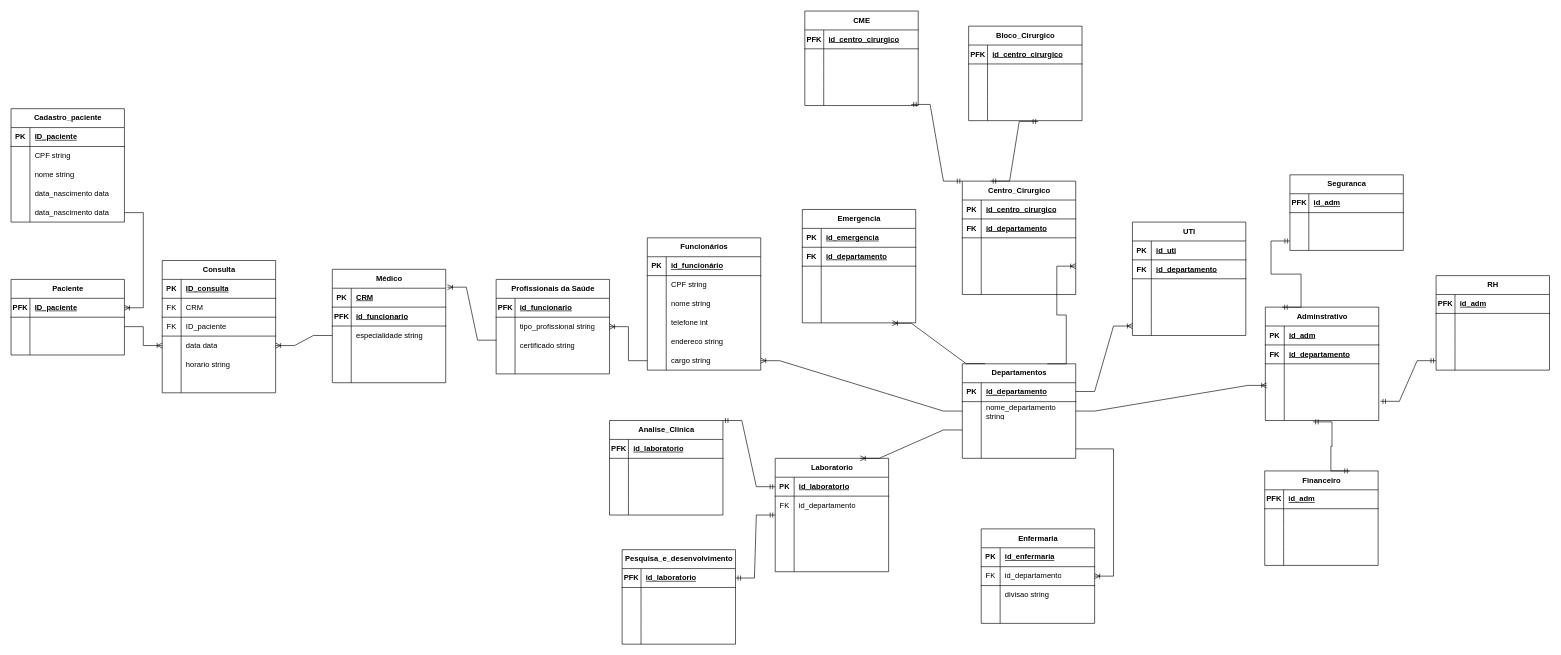
The draw.io diagram Modelo Relacional/Modelo Lógico.drawio in rafasilva9537/projeto_Hospital_BD, before the edit. Source tidied: cells renumbered, new cells numbered last; positions are measured from the earlier drawing's top-left corner, leaving out a move shared by most shapes. Both pictures are drawn from the tidied source at 63%, with x=0, y=0 at pixel (11, 9).
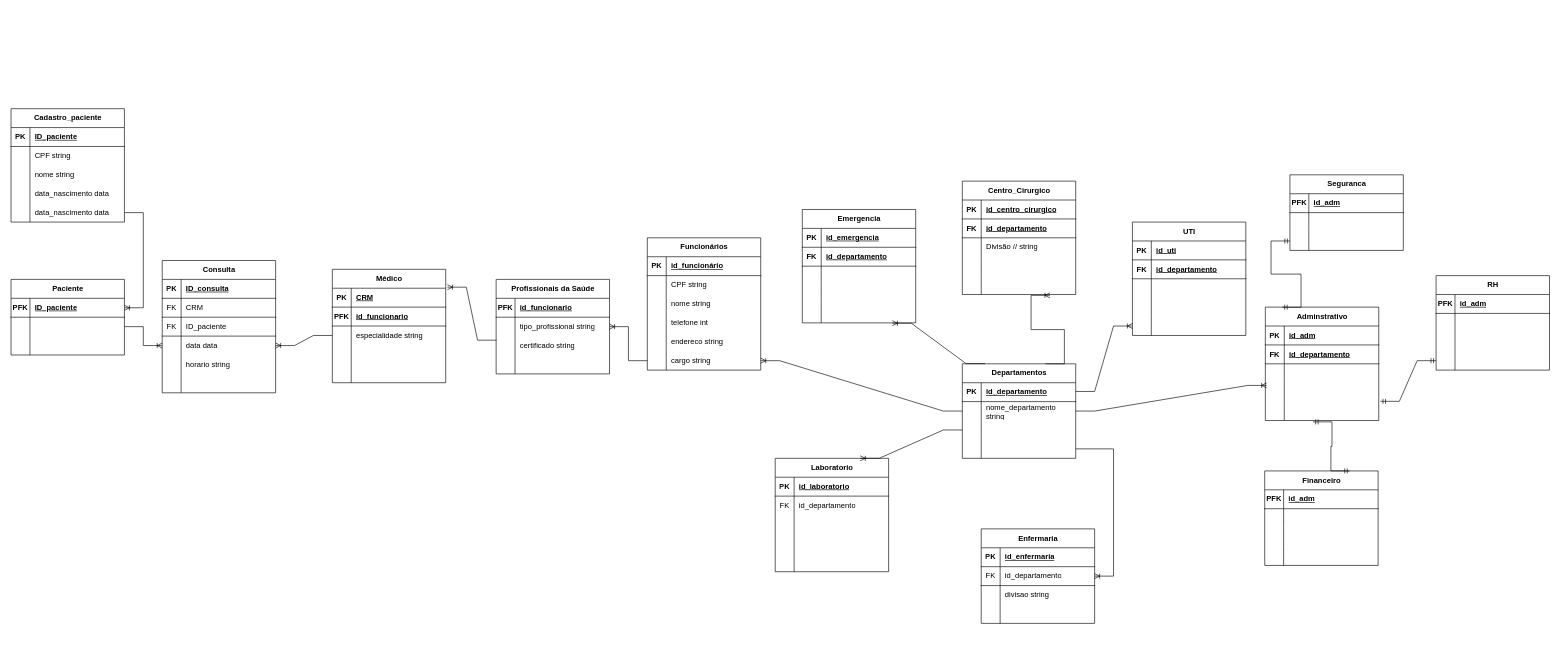
After the change.

The change refers to these unchanged cells:
```xml
<mxCell id="2" value="Departamentos" style="shape=table;startSize=30;childLayout=tableLayout;rowLines=0;fontStyle=1;align=center;html=1;" parent="1" vertex="1">
  <mxGeometry x="1510" y="562" width="180" height="150" as="geometry" />
</mxCell>
<mxCell id="142" value="Centro_Cirurgico" style="shape=table;startSize=30;childLayout=tableLayout;rowLines=0;fontStyle=1;align=center;html=1;" parent="1" vertex="1">
  <mxGeometry x="1510" y="272" width="180" height="180" as="geometry" />
</mxCell>
<mxCell id="149" style="shape=tableRow;horizontal=0;startSize=0;swimlaneHead=0;swimlaneBody=0;fillColor=none;top=0;left=0;right=0;bottom=0;" parent="142" vertex="1">
  <mxGeometry y="90" width="180" height="30" as="geometry" />
</mxCell>
<mxCell id="152" style="shape=tableRow;horizontal=0;startSize=0;swimlaneHead=0;swimlaneBody=0;fillColor=none;points=[[0,0.5],[1,0.5]];portConstraint=eastwest;top=0;left=0;right=0;bottom=0;" parent="142" vertex="1">
  <mxGeometry y="120" width="180" height="30" as="geometry" />
</mxCell>
<mxCell id="155" style="shape=tableRow;horizontal=0;startSize=0;swimlaneHead=0;swimlaneBody=0;fillColor=none;points=[[0,0.5],[1,0.5]];portConstraint=eastwest;top=0;left=0;right=0;bottom=0;" parent="142" vertex="1">
  <mxGeometry y="150" width="180" height="30" as="geometry" />
</mxCell>
<mxCell id="159" style="shape=tableRow;horizontal=0;startSize=0;swimlaneHead=0;swimlaneBody=0;fillColor=none;points=[[0,0.5],[1,0.5]];portConstraint=eastwest;top=0;left=0;right=0;bottom=1;" parent="158" vertex="1">
  <mxGeometry y="30" width="180" height="30" as="geometry" />
</mxCell>
<mxCell id="165" style="shape=tableRow;horizontal=0;startSize=0;swimlaneHead=0;swimlaneBody=0;fillColor=none;points=[[0,0.5],[1,0.5]];portConstraint=eastwest;top=0;left=0;right=0;bottom=0;" parent="158" vertex="1">
  <mxGeometry y="90" width="180" height="30" as="geometry" />
</mxCell>
```

What changed in the source:
```diff
@@
-    <mxCell id="151" style="shape=partialRectangle;fillColor=none;top=0;left=0;bottom=0;right=0;align=left;spacingLeft=6;overflow=hidden;whiteSpace=wrap;html=1;" parent="149" vertex="1">
+    <mxCell id="151" value="Divisão // string" style="shape=partialRectangle;fillColor=none;top=0;left=0;bottom=0;right=0;align=left;spacingLeft=6;overflow=hidden;whiteSpace=wrap;html=1;" parent="149" vertex="1">
       <mxGeometry x="30" width="150" height="30" as="geometry" />
     </mxCell>
@@
-    <mxCell id="232" value="Analise_Clinica" style="shape=table;startSize=30;childLayout=tableLayout;rowLines=0;fontStyle=1;align=center;html=1;" parent="1" vertex="1">
-      <mxGeometry x="950" y="652" width="180" height="150" as="geometry" />
-    </mxCell>
-    <mxCell id="233" style="shape=tableRow;horizontal=0;startSize=0;swimlaneHead=0;swimlaneBody=0;fillColor=none;top=0;left=0;right=0;bottom=1;" parent="232" vertex="1">
-      <mxGeometry y="30" width="180" height="30" as="geometry" />
-    </mxCell>
-    <mxCell id="234" value="PFK" style="shape=partialRectangle;fillColor=none;top=0;left=0;bottom=0;right=0;fontStyle=1;overflow=hidden;whiteSpace=wrap;html=1;" parent="233" vertex="1">
-      <mxGeometry width="30" height="30" as="geometry" />
-    </mxCell>
-    <mxCell id="235" value="id_laboratorio" style="shape=partialRectangle;fillColor=none;top=0;left=0;bottom=0;right=0;align=left;spacingLeft=6;fontStyle=5;overflow=hidden;whiteSpace=wrap;html=1;" parent="233" vertex="1">
-      <mxGeometry x="30" width="150" height="30" as="geometry" />
-    </mxCell>
-    <mxCell id="236" style="shape=tableRow;horizontal=0;startSize=0;swimlaneHead=0;swimlaneBody=0;fillColor=none;top=0;left=0;right=0;bottom=0;" parent="232" vertex="1">
-      <mxGeometry y="60" width="180" height="30" as="geometry" />
-    </mxCell>
-    <mxCell id="237" style="shape=partialRectangle;fillColor=none;top=0;left=0;bottom=0;right=0;overflow=hidden;whiteSpace=wrap;html=1;" parent="236" vertex="1">
-      <mxGeometry width="30" height="30" as="geometry" />
-    </mxCell>
-    <mxCell id="238" style="shape=partialRectangle;fillColor=none;top=0;left=0;bottom=0;right=0;align=left;spacingLeft=6;overflow=hidden;whiteSpace=wrap;html=1;" parent="236" vertex="1">
-      <mxGeometry x="30" width="150" height="30" as="geometry" />
-    </mxCell>
-    <mxCell id="239" style="shape=tableRow;horizontal=0;startSize=0;swimlaneHead=0;swimlaneBody=0;fillColor=none;top=0;left=0;right=0;bottom=0;" parent="232" vertex="1">
-      <mxGeometry y="90" width="180" height="30" as="geometry" />
-    </mxCell>
-    <mxCell id="240" style="shape=partialRectangle;fillColor=none;top=0;left=0;bottom=0;right=0;overflow=hidden;whiteSpace=wrap;html=1;" parent="239" vertex="1">
-      <mxGeometry width="30" height="30" as="geometry" />
-    </mxCell>
-    <mxCell id="241" style="shape=partialRectangle;fillColor=none;top=0;left=0;bottom=0;right=0;align=left;spacingLeft=6;overflow=hidden;whiteSpace=wrap;html=1;" parent="239" vertex="1">
-      <mxGeometry x="30" width="150" height="30" as="geometry" />
-    </mxCell>
-    <mxCell id="242" style="shape=tableRow;horizontal=0;startSize=0;swimlaneHead=0;swimlaneBody=0;fillColor=none;top=0;left=0;right=0;bottom=0;" parent="232" vertex="1">
-      <mxGeometry y="120" width="180" height="30" as="geometry" />
-    </mxCell>
-    <mxCell id="243" style="shape=partialRectangle;fillColor=none;top=0;left=0;bottom=0;right=0;overflow=hidden;whiteSpace=wrap;html=1;" parent="242" vertex="1">
-      <mxGeometry width="30" height="30" as="geometry" />
-    </mxCell>
-    <mxCell id="244" style="shape=partialRectangle;fillColor=none;top=0;left=0;bottom=0;right=0;align=left;spacingLeft=6;overflow=hidden;whiteSpace=wrap;html=1;" parent="242" vertex="1">
-      <mxGeometry x="30" width="150" height="30" as="geometry" />
-    </mxCell>
@@
-    <mxCell id="246" value="Pesquisa_e_desenvolvimento" style="shape=table;startSize=30;childLayout=tableLayout;rowLines=0;fontStyle=1;align=center;html=1;" parent="1" vertex="1">
-      <mxGeometry x="970" y="857" width="180" height="150" as="geometry" />
-    </mxCell>
-    <mxCell id="247" style="shape=tableRow;horizontal=0;startSize=0;swimlaneHead=0;swimlaneBody=0;fillColor=none;points=[[0,0.5],[1,0.5]];portConstraint=eastwest;top=0;left=0;right=0;bottom=1;" parent="246" vertex="1">
-      <mxGeometry y="30" width="180" height="30" as="geometry" />
-    </mxCell>
-    <mxCell id="248" value="PFK" style="shape=partialRectangle;fillColor=none;top=0;left=0;bottom=0;right=0;fontStyle=1;overflow=hidden;whiteSpace=wrap;html=1;" parent="247" vertex="1">
-      <mxGeometry width="30" height="30" as="geometry" />
-    </mxCell>
-    <mxCell id="249" value="id_laboratorio" style="shape=partialRectangle;fillColor=none;top=0;left=0;bottom=0;right=0;align=left;spacingLeft=6;fontStyle=5;overflow=hidden;whiteSpace=wrap;html=1;" parent="247" vertex="1">
-      <mxGeometry x="30" width="150" height="30" as="geometry" />
-    </mxCell>
-    <mxCell id="250" style="shape=tableRow;horizontal=0;startSize=0;swimlaneHead=0;swimlaneBody=0;fillColor=none;top=0;left=0;right=0;bottom=0;" parent="246" vertex="1">
-      <mxGeometry y="60" width="180" height="30" as="geometry" />
-    </mxCell>
-    <mxCell id="251" style="shape=partialRectangle;fillColor=none;top=0;left=0;bottom=0;right=0;overflow=hidden;whiteSpace=wrap;html=1;" parent="250" vertex="1">
-      <mxGeometry width="30" height="30" as="geometry" />
-    </mxCell>
-    <mxCell id="252" style="shape=partialRectangle;fillColor=none;top=0;left=0;bottom=0;right=0;align=left;spacingLeft=6;overflow=hidden;whiteSpace=wrap;html=1;" parent="250" vertex="1">
-      <mxGeometry x="30" width="150" height="30" as="geometry" />
-    </mxCell>
-    <mxCell id="253" style="shape=tableRow;horizontal=0;startSize=0;swimlaneHead=0;swimlaneBody=0;fillColor=none;top=0;left=0;right=0;bottom=0;" parent="246" vertex="1">
-      <mxGeometry y="90" width="180" height="30" as="geometry" />
-    </mxCell>
-    <mxCell id="254" style="shape=partialRectangle;fillColor=none;top=0;left=0;bottom=0;right=0;overflow=hidden;whiteSpace=wrap;html=1;" parent="253" vertex="1">
-      <mxGeometry width="30" height="30" as="geometry" />
-    </mxCell>
-    <mxCell id="255" style="shape=partialRectangle;fillColor=none;top=0;left=0;bottom=0;right=0;align=left;spacingLeft=6;overflow=hidden;whiteSpace=wrap;html=1;" parent="253" vertex="1">
-      <mxGeometry x="30" width="150" height="30" as="geometry" />
-    </mxCell>
-    <mxCell id="256" style="shape=tableRow;horizontal=0;startSize=0;swimlaneHead=0;swimlaneBody=0;fillColor=none;top=0;left=0;right=0;bottom=0;" parent="246" vertex="1">
-      <mxGeometry y="120" width="180" height="30" as="geometry" />
-    </mxCell>
-    <mxCell id="257" style="shape=partialRectangle;fillColor=none;top=0;left=0;bottom=0;right=0;overflow=hidden;whiteSpace=wrap;html=1;" parent="256" vertex="1">
-      <mxGeometry width="30" height="30" as="geometry" />
-    </mxCell>
-    <mxCell id="258" style="shape=partialRectangle;fillColor=none;top=0;left=0;bottom=0;right=0;align=left;spacingLeft=6;overflow=hidden;whiteSpace=wrap;html=1;" parent="256" vertex="1">
-      <mxGeometry x="30" width="150" height="30" as="geometry" />
-    </mxCell>
-    <mxCell id="259" style="edgeStyle=entityRelationEdgeStyle;fontSize=12;html=1;endArrow=ERmandOne;startArrow=ERmandOne;rounded=0;exitX=1;exitY=0.5;exitDx=0;exitDy=0;entryX=0;entryY=0;entryDx=0;entryDy=0;entryPerimeter=0;" parent="1" edge="1" source="247" target="165">
-      <mxGeometry relative="1" as="geometry" />
-    </mxCell>
-    <mxCell id="260" style="edgeStyle=entityRelationEdgeStyle;fontSize=12;html=1;endArrow=ERmandOne;startArrow=ERmandOne;rounded=0;exitX=1;exitY=0;exitDx=0;exitDy=0;entryX=0;entryY=0.5;entryDx=0;entryDy=0;" parent="1" edge="1" source="232" target="159">
-      <mxGeometry relative="1" as="geometry">
-        <Array as="points">
-          <mxPoint x="1328" y="882" />
-        </Array>
-      </mxGeometry>
-    </mxCell>
@@
-    <mxCell id="262" value="Bloco_Cirurgico" style="shape=table;startSize=30;childLayout=tableLayout;rowLines=0;fontStyle=1;align=center;html=1;" parent="1" vertex="1">
-      <mxGeometry x="1520" y="26" width="180" height="150" as="geometry" />
-    </mxCell>
-    <mxCell id="263" style="shape=tableRow;horizontal=0;startSize=0;swimlaneHead=0;swimlaneBody=0;fillColor=none;top=0;left=0;right=0;bottom=1;" parent="262" vertex="1">
-      <mxGeometry y="30" width="180" height="30" as="geometry" />
-    </mxCell>
-    <mxCell id="264" value="PFK" style="shape=partialRectangle;fillColor=none;top=0;left=0;bottom=0;right=0;fontStyle=1;overflow=hidden;whiteSpace=wrap;html=1;" parent="263" vertex="1">
-      <mxGeometry width="30" height="30" as="geometry" />
-    </mxCell>
-    <mxCell id="265" value="id_centro_cirurgico" style="shape=partialRectangle;fillColor=none;top=0;left=0;bottom=0;right=0;align=left;spacingLeft=6;fontStyle=5;overflow=hidden;whiteSpace=wrap;html=1;" parent="263" vertex="1">
-      <mxGeometry x="30" width="150" height="30" as="geometry" />
-    </mxCell>
-    <mxCell id="266" style="shape=tableRow;horizontal=0;startSize=0;swimlaneHead=0;swimlaneBody=0;fillColor=none;top=0;left=0;right=0;bottom=0;" parent="262" vertex="1">
-      <mxGeometry y="60" width="180" height="30" as="geometry" />
-    </mxCell>
-    <mxCell id="267" style="shape=partialRectangle;fillColor=none;top=0;left=0;bottom=0;right=0;overflow=hidden;whiteSpace=wrap;html=1;" parent="266" vertex="1">
-      <mxGeometry width="30" height="30" as="geometry" />
-    </mxCell>
-    <mxCell id="268" style="shape=partialRectangle;fillColor=none;top=0;left=0;bottom=0;right=0;align=left;spacingLeft=6;overflow=hidden;whiteSpace=wrap;html=1;" parent="266" vertex="1">
-      <mxGeometry x="30" width="150" height="30" as="geometry" />
-    </mxCell>
-    <mxCell id="269" style="shape=tableRow;horizontal=0;startSize=0;swimlaneHead=0;swimlaneBody=0;fillColor=none;top=0;left=0;right=0;bottom=0;" parent="262" vertex="1">
-      <mxGeometry y="90" width="180" height="30" as="geometry" />
-    </mxCell>
-    <mxCell id="270" style="shape=partialRectangle;fillColor=none;top=0;left=0;bottom=0;right=0;overflow=hidden;whiteSpace=wrap;html=1;" parent="269" vertex="1">
-      <mxGeometry width="30" height="30" as="geometry" />
-    </mxCell>
-    <mxCell id="271" style="shape=partialRectangle;fillColor=none;top=0;left=0;bottom=0;right=0;align=left;spacingLeft=6;overflow=hidden;whiteSpace=wrap;html=1;" parent="269" vertex="1">
-      <mxGeometry x="30" width="150" height="30" as="geometry" />
-    </mxCell>
-    <mxCell id="272" style="shape=tableRow;horizontal=0;startSize=0;swimlaneHead=0;swimlaneBody=0;fillColor=none;points=[[0,0.5],[1,0.5]];portConstraint=eastwest;top=0;left=0;right=0;bottom=0;" parent="262" vertex="1">
-      <mxGeometry y="120" width="180" height="30" as="geometry" />
-    </mxCell>
-    <mxCell id="273" style="shape=partialRectangle;fillColor=none;top=0;left=0;bottom=0;right=0;overflow=hidden;whiteSpace=wrap;html=1;" parent="272" vertex="1">
-      <mxGeometry width="30" height="30" as="geometry" />
-    </mxCell>
-    <mxCell id="274" style="shape=partialRectangle;fillColor=none;top=0;left=0;bottom=0;right=0;align=left;spacingLeft=6;overflow=hidden;whiteSpace=wrap;html=1;" parent="272" vertex="1">
-      <mxGeometry x="30" width="150" height="30" as="geometry" />
-    </mxCell>
-    <mxCell id="275" style="edgeStyle=entityRelationEdgeStyle;fontSize=12;html=1;endArrow=ERmandOne;startArrow=ERmandOne;rounded=0;entryX=0.613;entryY=1.042;entryDx=0;entryDy=0;entryPerimeter=0;exitX=0.25;exitY=0;exitDx=0;exitDy=0;" parent="1" edge="1" source="142" target="272">
-      <mxGeometry relative="1" as="geometry">
-        <Array as="points">
-          <mxPoint x="1483" y="15.5" />
-          <mxPoint x="1689" y="345.5" />
-        </Array>
-      </mxGeometry>
-    </mxCell>
-    <mxCell id="276" style="edgeStyle=entityRelationEdgeStyle;fontSize=12;html=1;endArrow=ERoneToMany;rounded=0;entryX=1;entryY=0.5;entryDx=0;entryDy=0;exitX=0.75;exitY=0;exitDx=0;exitDy=0;" parent="1" edge="1" source="2" target="152">
+    <mxCell id="276" style="edgeStyle=entityRelationEdgeStyle;fontSize=12;html=1;endArrow=ERoneToMany;rounded=0;entryX=0.773;entryY=1.043;entryDx=0;entryDy=0;exitX=0.75;exitY=0;exitDx=0;exitDy=0;entryPerimeter=0;" parent="1" edge="1" target="155">
       <mxGeometry relative="1" as="geometry">
+        <mxPoint x="1642" y="562" as="sourcePoint" />
         <Array as="points">
-          <mxPoint x="1700" y="527" />
-          <mxPoint x="1525" y="304" />
-          <mxPoint x="1710" y="442" />
-          <mxPoint x="1690" y="412" />
+          <mxPoint x="1697" y="527" />
+          <mxPoint x="1522" y="304" />
+          <mxPoint x="1707" y="442" />
+          <mxPoint x="1687" y="412" />
         </Array>
       </mxGeometry>
     </mxCell>
-    <mxCell id="277" value="CME" style="shape=table;startSize=30;childLayout=tableLayout;rowLines=0;fontStyle=1;align=center;html=1;" parent="1" vertex="1">
-      <mxGeometry x="1260" y="2" width="180" height="150" as="geometry" />
-    </mxCell>
-    <mxCell id="278" style="shape=tableRow;horizontal=0;startSize=0;swimlaneHead=0;swimlaneBody=0;fillColor=none;top=0;left=0;right=0;bottom=1;" parent="277" vertex="1">
-      <mxGeometry y="30" width="180" height="30" as="geometry" />
-    </mxCell>
-    <mxCell id="279" value="PFK" style="shape=partialRectangle;fillColor=none;top=0;left=0;bottom=0;right=0;fontStyle=1;overflow=hidden;whiteSpace=wrap;html=1;" parent="278" vertex="1">
-      <mxGeometry width="30" height="30" as="geometry" />
-    </mxCell>
-    <mxCell id="280" value="id_centro_cirurgico" style="shape=partialRectangle;fillColor=none;top=0;left=0;bottom=0;right=0;align=left;spacingLeft=6;fontStyle=5;overflow=hidden;whiteSpace=wrap;html=1;" parent="278" vertex="1">
-      <mxGeometry x="30" width="150" height="30" as="geometry" />
-    </mxCell>
-    <mxCell id="281" style="shape=tableRow;horizontal=0;startSize=0;swimlaneHead=0;swimlaneBody=0;fillColor=none;top=0;left=0;right=0;bottom=0;" parent="277" vertex="1">
-      <mxGeometry y="60" width="180" height="30" as="geometry" />
-    </mxCell>
-    <mxCell id="282" style="shape=partialRectangle;fillColor=none;top=0;left=0;bottom=0;right=0;overflow=hidden;whiteSpace=wrap;html=1;" parent="281" vertex="1">
-      <mxGeometry width="30" height="30" as="geometry" />
-    </mxCell>
-    <mxCell id="283" style="shape=partialRectangle;fillColor=none;top=0;left=0;bottom=0;right=0;align=left;spacingLeft=6;overflow=hidden;whiteSpace=wrap;html=1;" parent="281" vertex="1">
-      <mxGeometry x="30" width="150" height="30" as="geometry" />
-    </mxCell>
-    <mxCell id="284" style="shape=tableRow;horizontal=0;startSize=0;swimlaneHead=0;swimlaneBody=0;fillColor=none;top=0;left=0;right=0;bottom=0;" parent="277" vertex="1">
-      <mxGeometry y="90" width="180" height="30" as="geometry" />
-    </mxCell>
-    <mxCell id="285" style="shape=partialRectangle;fillColor=none;top=0;left=0;bottom=0;right=0;overflow=hidden;whiteSpace=wrap;html=1;" parent="284" vertex="1">
-      <mxGeometry width="30" height="30" as="geometry" />
-    </mxCell>
-    <mxCell id="286" style="shape=partialRectangle;fillColor=none;top=0;left=0;bottom=0;right=0;align=left;spacingLeft=6;overflow=hidden;whiteSpace=wrap;html=1;" parent="284" vertex="1">
-      <mxGeometry x="30" width="150" height="30" as="geometry" />
-    </mxCell>
-    <mxCell id="287" style="shape=tableRow;horizontal=0;startSize=0;swimlaneHead=0;swimlaneBody=0;fillColor=none;points=[[0,0.5],[1,0.5]];portConstraint=eastwest;top=0;left=0;right=0;bottom=0;" parent="277" vertex="1">
-      <mxGeometry y="120" width="180" height="30" as="geometry" />
-    </mxCell>
-    <mxCell id="288" style="shape=partialRectangle;fillColor=none;top=0;left=0;bottom=0;right=0;overflow=hidden;whiteSpace=wrap;html=1;" parent="287" vertex="1">
-      <mxGeometry width="30" height="30" as="geometry" />
-    </mxCell>
-    <mxCell id="289" style="shape=partialRectangle;fillColor=none;top=0;left=0;bottom=0;right=0;align=left;spacingLeft=6;overflow=hidden;whiteSpace=wrap;html=1;" parent="287" vertex="1">
-      <mxGeometry x="30" width="150" height="30" as="geometry" />
-    </mxCell>
-    <mxCell id="290" style="edgeStyle=entityRelationEdgeStyle;fontSize=12;html=1;endArrow=ERmandOne;startArrow=ERmandOne;rounded=0;entryX=0.938;entryY=0.943;entryDx=0;entryDy=0;entryPerimeter=0;exitX=0;exitY=0;exitDx=0;exitDy=0;" parent="1" edge="1" source="142" target="287">
-      <mxGeometry relative="1" as="geometry">
-        <Array as="points">
-          <mxPoint x="1379" y="0.5" />
-          <mxPoint x="1585" y="330.5" />
-        </Array>
-      </mxGeometry>
-    </mxCell>
```
